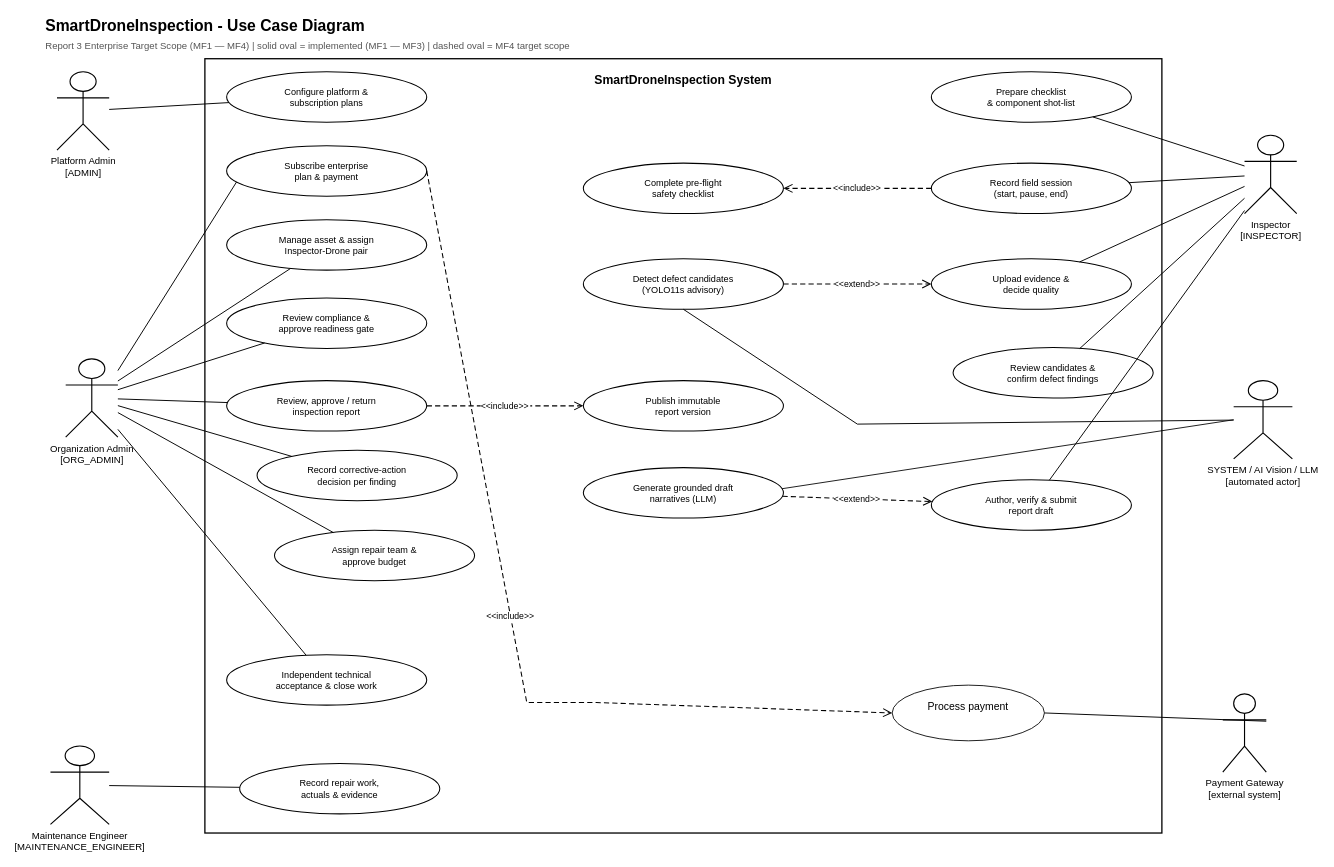
Earlier version of the draw.io diagram page "use cases" (7 of 8) of diagrams/smartdrone-use-cases.drawio (tungbach12/SmartDroneInspection-Docs). Source tidied: cells renumbered, new cells numbered last; positions are measured from the earlier drawing's top-left corner, leaving out a move shared by most shapes. Both pictures are drawn from the tidied source at 87%, with x=0, y=0 at pixel (39, 15).
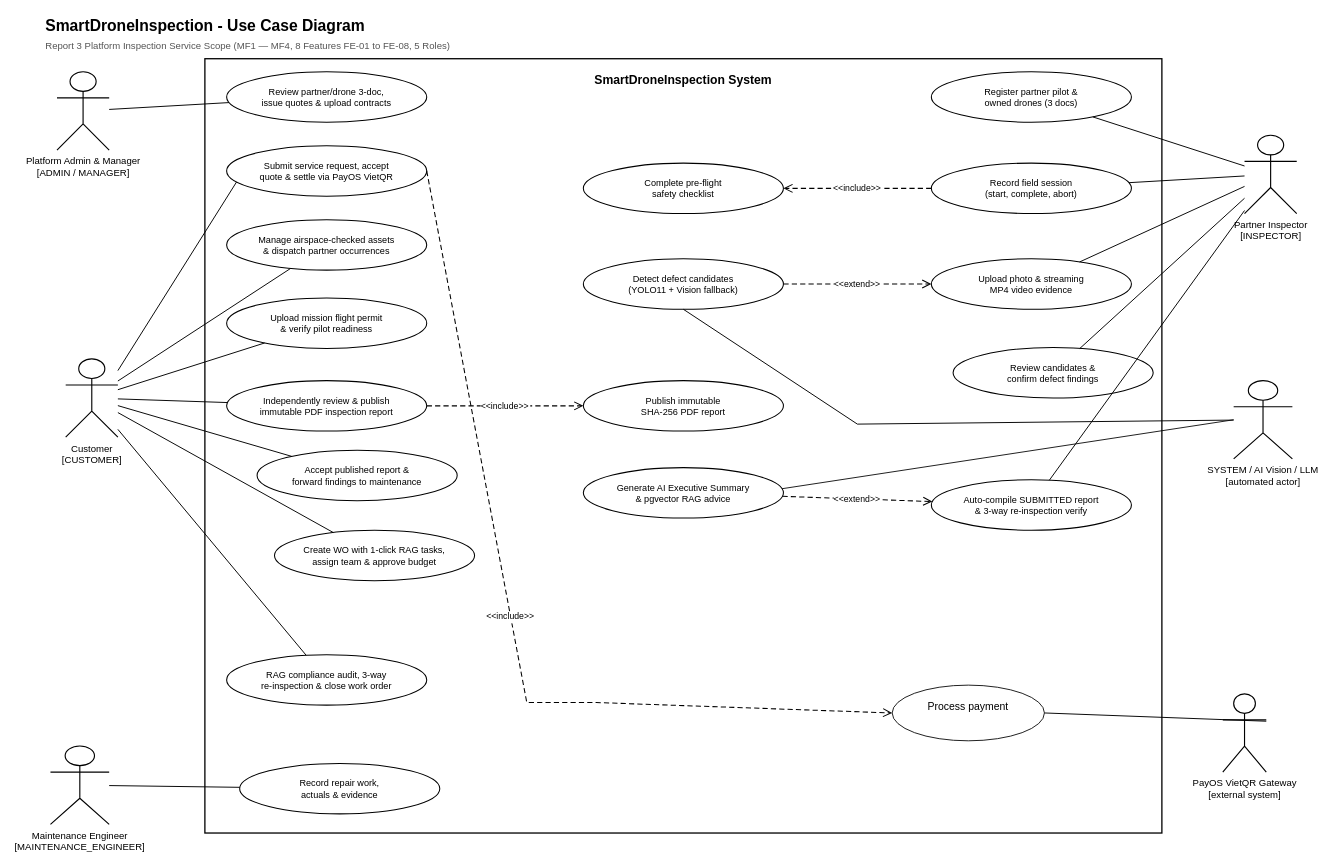
The same diagram, later.

The edit, as a diff of the source:
```diff
@@
-    <mxCell id="3" value="Report 3 Enterprise Target Scope (MF1 — MF4) | solid oval = implemented (MF1 — MF3) | dashed oval = MF4 target scope" style="text;html=1;strokeColor=none;fillColor=none;align=left;verticalAlign=middle;spacingLeft=5;fontColor=#555555;fontSize=11;fontFamily=Helvetica;" parent="1" vertex="1">
+    <mxCell id="3" value="Report 3 Platform Inspection Service Scope (MF1 — MF4, 8 Features FE-01 to FE-08, 5 Roles)" style="text;html=1;strokeColor=none;fillColor=none;align=left;verticalAlign=middle;spacingLeft=5;fontColor=#555555;fontSize=11;fontFamily=Helvetica;" parent="1" vertex="1">
       <mxGeometry y="26" width="850" height="18" as="geometry" />
     </mxCell>
@@
-    <mxCell id="5" value="Platform Admin&lt;br&gt;[ADMIN]" style="shape=umlActor;verticalLabelPosition=bottom;verticalAlign=top;html=1;outlineConnect=0;fillColor=#FFFFFF;strokeColor=#000000;strokeWidth=1.3;fontColor=#000000;fontSize=11;fontFamily=Helvetica;align=center;" parent="1" vertex="1">
+    <mxCell id="5" value="Platform Admin &amp;amp; Manager&lt;br&gt;[ADMIN / MANAGER]" style="shape=umlActor;verticalLabelPosition=bottom;verticalAlign=top;html=1;outlineConnect=0;fillColor=#FFFFFF;strokeColor=#000000;strokeWidth=1.3;fontColor=#000000;fontSize=11;fontFamily=Helvetica;align=center;" parent="1" vertex="1">
       <mxGeometry x="20" y="65" width="60" height="90" as="geometry" />
     </mxCell>
-    <mxCell id="6" value="Payment Gateway&lt;br&gt;[external system]" style="shape=umlActor;verticalLabelPosition=bottom;verticalAlign=top;html=1;outlineConnect=0;fillColor=#FFFFFF;strokeColor=#000000;strokeWidth=1.3;fontColor=#000000;fontSize=11;fontFamily=Helvetica;align=center;" parent="1" vertex="1">
+    <mxCell id="6" value="PayOS VietQR Gateway&lt;br&gt;[external system]" style="shape=umlActor;verticalLabelPosition=bottom;verticalAlign=top;html=1;outlineConnect=0;fillColor=#FFFFFF;strokeColor=#000000;strokeWidth=1.3;fontColor=#000000;fontSize=11;fontFamily=Helvetica;align=center;" parent="1" vertex="1">
       <mxGeometry x="1360" y="780" width="50" height="90" as="geometry" />
     </mxCell>
-    <mxCell id="7" value="Organization Admin&lt;br&gt;[ORG_ADMIN]" style="shape=umlActor;verticalLabelPosition=bottom;verticalAlign=top;html=1;outlineConnect=0;fillColor=#FFFFFF;strokeColor=#000000;strokeWidth=1.3;fontColor=#000000;fontSize=11;fontFamily=Helvetica;align=center;" parent="1" vertex="1">
+    <mxCell id="7" value="Customer&lt;br&gt;[CUSTOMER]" style="shape=umlActor;verticalLabelPosition=bottom;verticalAlign=top;html=1;outlineConnect=0;fillColor=#FFFFFF;strokeColor=#000000;strokeWidth=1.3;fontColor=#000000;fontSize=11;fontFamily=Helvetica;align=center;" parent="1" vertex="1">
       <mxGeometry x="30" y="395" width="60" height="90" as="geometry" />
     </mxCell>
-    <mxCell id="8" value="Inspector&lt;br&gt;[INSPECTOR]" style="shape=umlActor;verticalLabelPosition=bottom;verticalAlign=top;html=1;outlineConnect=0;fillColor=#FFFFFF;strokeColor=#000000;strokeWidth=1.3;fontColor=#000000;fontSize=11;fontFamily=Helvetica;align=center;" parent="1" vertex="1">
+    <mxCell id="8" value="Partner Inspector&lt;br&gt;[INSPECTOR]" style="shape=umlActor;verticalLabelPosition=bottom;verticalAlign=top;html=1;outlineConnect=0;fillColor=#FFFFFF;strokeColor=#000000;strokeWidth=1.3;fontColor=#000000;fontSize=11;fontFamily=Helvetica;align=center;" parent="1" vertex="1">
       <mxGeometry x="1385" y="138" width="60" height="90" as="geometry" />
     </mxCell>
@@
-    <mxCell id="12" value="Configure platform &amp;&lt;br&gt;subscription plans" style="ellipse;whiteSpace=wrap;html=1;fillColor=#FFFFFF;strokeColor=#000000;strokeWidth=1.2;fontColor=#000000;fontSize=10.5;fontFamily=Helvetica;align=center;verticalAlign=middle;" parent="1" vertex="1">
+    <mxCell id="12" value="Review partner/drone 3-doc,&lt;br&gt;issue quotes &amp;amp; upload contracts" style="ellipse;whiteSpace=wrap;html=1;fillColor=#FFFFFF;strokeColor=#000000;strokeWidth=1.2;fontColor=#000000;fontSize=10.5;fontFamily=Helvetica;align=center;verticalAlign=middle;" parent="1" vertex="1">
       <mxGeometry x="215" y="65" width="230" height="58" as="geometry" />
     </mxCell>
-    <mxCell id="13" value="Subscribe enterprise&lt;br&gt;plan &amp; payment" style="ellipse;whiteSpace=wrap;html=1;fillColor=#FFFFFF;strokeColor=#000000;strokeWidth=1.2;fontColor=#000000;fontSize=10.5;fontFamily=Helvetica;align=center;verticalAlign=middle;" parent="1" vertex="1">
+    <mxCell id="13" value="Submit service request, accept&lt;br&gt;quote &amp;amp; settle via PayOS VietQR" style="ellipse;whiteSpace=wrap;html=1;fillColor=#FFFFFF;strokeColor=#000000;strokeWidth=1.2;fontColor=#000000;fontSize=10.5;fontFamily=Helvetica;align=center;verticalAlign=middle;" parent="1" vertex="1">
       <mxGeometry x="215" y="150" width="230" height="58" as="geometry" />
     </mxCell>
-    <mxCell id="14" value="Manage asset &amp;amp; assign&lt;br&gt;Inspector-Drone pair" style="ellipse;whiteSpace=wrap;html=1;fillColor=#FFFFFF;strokeColor=#000000;strokeWidth=1.2;fontColor=#000000;fontSize=10.5;fontFamily=Helvetica;align=center;verticalAlign=middle;" parent="1" vertex="1">
+    <mxCell id="14" value="Manage airspace-checked assets&lt;br&gt;&amp;amp; dispatch partner occurrences" style="ellipse;whiteSpace=wrap;html=1;fillColor=#FFFFFF;strokeColor=#000000;strokeWidth=1.2;fontColor=#000000;fontSize=10.5;fontFamily=Helvetica;align=center;verticalAlign=middle;" parent="1" vertex="1">
       <mxGeometry x="215" y="235" width="230" height="58" as="geometry" />
     </mxCell>
-    <mxCell id="15" value="Review compliance &amp;&lt;br&gt;approve readiness gate" style="ellipse;whiteSpace=wrap;html=1;fillColor=#FFFFFF;strokeColor=#000000;strokeWidth=1.2;fontColor=#000000;fontSize=10.5;fontFamily=Helvetica;align=center;verticalAlign=middle;" parent="1" vertex="1">
+    <mxCell id="15" value="Upload mission flight permit&lt;br&gt;&amp;amp; verify pilot readiness" style="ellipse;whiteSpace=wrap;html=1;fillColor=#FFFFFF;strokeColor=#000000;strokeWidth=1.2;fontColor=#000000;fontSize=10.5;fontFamily=Helvetica;align=center;verticalAlign=middle;" parent="1" vertex="1">
       <mxGeometry x="215" y="325" width="230" height="58" as="geometry" />
     </mxCell>
-    <mxCell id="16" value="Review, approve / return&lt;br&gt;inspection report" style="ellipse;whiteSpace=wrap;html=1;fillColor=#FFFFFF;strokeColor=#000000;strokeWidth=1.2;fontColor=#000000;fontSize=10.5;fontFamily=Helvetica;align=center;verticalAlign=middle;" parent="1" vertex="1">
+    <mxCell id="16" value="Independently review &amp;amp; publish&lt;br&gt;immutable PDF inspection report" style="ellipse;whiteSpace=wrap;html=1;fillColor=#FFFFFF;strokeColor=#000000;strokeWidth=1.2;fontColor=#000000;fontSize=10.5;fontFamily=Helvetica;align=center;verticalAlign=middle;" parent="1" vertex="1">
       <mxGeometry x="215" y="420" width="230" height="58" as="geometry" />
     </mxCell>
-    <mxCell id="17" value="Record corrective-action&lt;br&gt;decision per finding" style="ellipse;whiteSpace=wrap;html=1;fillColor=#FFFFFF;strokeColor=#000000;strokeWidth=1.2;fontColor=#000000;fontSize=10.5;fontFamily=Helvetica;align=center;verticalAlign=middle;" parent="1" vertex="1">
+    <mxCell id="17" value="Accept published report &amp;amp;&lt;br&gt;forward findings to maintenance" style="ellipse;whiteSpace=wrap;html=1;fillColor=#FFFFFF;strokeColor=#000000;strokeWidth=1.2;fontColor=#000000;fontSize=10.5;fontFamily=Helvetica;align=center;verticalAlign=middle;" parent="1" vertex="1">
       <mxGeometry x="250" y="500" width="230" height="58" as="geometry" />
     </mxCell>
-    <mxCell id="18" value="Assign repair team &amp;&lt;br&gt;approve budget" style="ellipse;whiteSpace=wrap;html=1;fillColor=#FFFFFF;strokeColor=#000000;strokeWidth=1.2;fontColor=#000000;fontSize=10.5;fontFamily=Helvetica;align=center;verticalAlign=middle;" parent="1" vertex="1">
+    <mxCell id="18" value="Create WO with 1-click RAG tasks,&lt;br&gt;assign team &amp;amp; approve budget" style="ellipse;whiteSpace=wrap;html=1;fillColor=#FFFFFF;strokeColor=#000000;strokeWidth=1.2;fontColor=#000000;fontSize=10.5;fontFamily=Helvetica;align=center;verticalAlign=middle;" parent="1" vertex="1">
       <mxGeometry x="270" y="592" width="230" height="58" as="geometry" />
     </mxCell>
-    <mxCell id="19" value="Independent technical&lt;br&gt;acceptance &amp; close work" style="ellipse;whiteSpace=wrap;html=1;fillColor=#FFFFFF;strokeColor=#000000;strokeWidth=1.2;fontColor=#000000;fontSize=10.5;fontFamily=Helvetica;align=center;verticalAlign=middle;" parent="1" vertex="1">
+    <mxCell id="19" value="RAG compliance audit, 3-way&lt;br&gt;re-inspection &amp;amp; close work order" style="ellipse;whiteSpace=wrap;html=1;fillColor=#FFFFFF;strokeColor=#000000;strokeWidth=1.2;fontColor=#000000;fontSize=10.5;fontFamily=Helvetica;align=center;verticalAlign=middle;" parent="1" vertex="1">
       <mxGeometry x="215" y="735" width="230" height="58" as="geometry" />
     </mxCell>
@@
-    <mxCell id="21" value="Detect defect candidates&lt;br&gt;(YOLO11s advisory)" style="ellipse;whiteSpace=wrap;html=1;fillColor=#FFFFFF;strokeColor=#000000;strokeWidth=1.2;fontColor=#000000;fontSize=10.5;fontFamily=Helvetica;align=center;verticalAlign=middle;" parent="1" vertex="1">
+    <mxCell id="21" value="Detect defect candidates&lt;br&gt;(YOLO11 + Vision fallback)" style="ellipse;whiteSpace=wrap;html=1;fillColor=#FFFFFF;strokeColor=#000000;strokeWidth=1.2;fontColor=#000000;fontSize=10.5;fontFamily=Helvetica;align=center;verticalAlign=middle;" parent="1" vertex="1">
       <mxGeometry x="625" y="280" width="230" height="58" as="geometry" />
     </mxCell>
-    <mxCell id="22" value="Publish immutable&lt;br&gt;report version" style="ellipse;whiteSpace=wrap;html=1;fillColor=#FFFFFF;strokeColor=#000000;strokeWidth=1.2;fontColor=#000000;fontSize=10.5;fontFamily=Helvetica;align=center;verticalAlign=middle;" parent="1" vertex="1">
+    <mxCell id="22" value="Publish immutable&lt;br&gt;SHA-256 PDF report" style="ellipse;whiteSpace=wrap;html=1;fillColor=#FFFFFF;strokeColor=#000000;strokeWidth=1.2;fontColor=#000000;fontSize=10.5;fontFamily=Helvetica;align=center;verticalAlign=middle;" parent="1" vertex="1">
       <mxGeometry x="625" y="420" width="230" height="58" as="geometry" />
     </mxCell>
-    <mxCell id="23" value="Generate grounded draft&lt;br&gt;narratives (LLM)" style="ellipse;whiteSpace=wrap;html=1;fillColor=#FFFFFF;strokeColor=#000000;strokeWidth=1.2;fontColor=#000000;fontSize=10.5;fontFamily=Helvetica;align=center;verticalAlign=middle;" parent="1" vertex="1">
+    <mxCell id="23" value="Generate AI Executive Summary&lt;br&gt;&amp;amp; pgvector RAG advice" style="ellipse;whiteSpace=wrap;html=1;fillColor=#FFFFFF;strokeColor=#000000;strokeWidth=1.2;fontColor=#000000;fontSize=10.5;fontFamily=Helvetica;align=center;verticalAlign=middle;" parent="1" vertex="1">
       <mxGeometry x="625" y="520" width="230" height="58" as="geometry" />
     </mxCell>
-    <mxCell id="24" value="Prepare checklist&lt;br&gt;&amp; component shot-list" style="ellipse;whiteSpace=wrap;html=1;fillColor=#FFFFFF;strokeColor=#000000;strokeWidth=1.2;fontColor=#000000;fontSize=10.5;fontFamily=Helvetica;align=center;verticalAlign=middle;" parent="1" vertex="1">
+    <mxCell id="24" value="Register partner pilot &amp;amp;&lt;br&gt;owned drones (3 docs)" style="ellipse;whiteSpace=wrap;html=1;fillColor=#FFFFFF;strokeColor=#000000;strokeWidth=1.2;fontColor=#000000;fontSize=10.5;fontFamily=Helvetica;align=center;verticalAlign=middle;" parent="1" vertex="1">
       <mxGeometry x="1025" y="65" width="230" height="58" as="geometry" />
     </mxCell>
-    <mxCell id="25" value="Record field session&lt;br&gt;(start, pause, end)" style="ellipse;whiteSpace=wrap;html=1;fillColor=#FFFFFF;strokeColor=#000000;strokeWidth=1.2;fontColor=#000000;fontSize=10.5;fontFamily=Helvetica;align=center;verticalAlign=middle;" parent="1" vertex="1">
+    <mxCell id="25" value="Record field session&lt;br&gt;(start, complete, abort)" style="ellipse;whiteSpace=wrap;html=1;fillColor=#FFFFFF;strokeColor=#000000;strokeWidth=1.2;fontColor=#000000;fontSize=10.5;fontFamily=Helvetica;align=center;verticalAlign=middle;" parent="1" vertex="1">
       <mxGeometry x="1025" y="170" width="230" height="58" as="geometry" />
     </mxCell>
-    <mxCell id="26" value="Upload evidence &amp;&lt;br&gt;decide quality" style="ellipse;whiteSpace=wrap;html=1;fillColor=#FFFFFF;strokeColor=#000000;strokeWidth=1.2;fontColor=#000000;fontSize=10.5;fontFamily=Helvetica;align=center;verticalAlign=middle;" parent="1" vertex="1">
+    <mxCell id="26" value="Upload photo &amp;amp; streaming&lt;br&gt;MP4 video evidence" style="ellipse;whiteSpace=wrap;html=1;fillColor=#FFFFFF;strokeColor=#000000;strokeWidth=1.2;fontColor=#000000;fontSize=10.5;fontFamily=Helvetica;align=center;verticalAlign=middle;" parent="1" vertex="1">
       <mxGeometry x="1025" y="280" width="230" height="58" as="geometry" />
     </mxCell>
@@
-    <mxCell id="28" value="Author, verify &amp; submit&lt;br&gt;report draft" style="ellipse;whiteSpace=wrap;html=1;fillColor=#FFFFFF;strokeColor=#000000;strokeWidth=1.2;fontColor=#000000;fontSize=10.5;fontFamily=Helvetica;align=center;verticalAlign=middle;" parent="1" vertex="1">
+    <mxCell id="28" value="Auto-compile SUBMITTED report&lt;br&gt;&amp;amp; 3-way re-inspection verify" style="ellipse;whiteSpace=wrap;html=1;fillColor=#FFFFFF;strokeColor=#000000;strokeWidth=1.2;fontColor=#000000;fontSize=10.5;fontFamily=Helvetica;align=center;verticalAlign=middle;" parent="1" vertex="1">
       <mxGeometry x="1025" y="534" width="230" height="58" as="geometry" />
     </mxCell>
```
